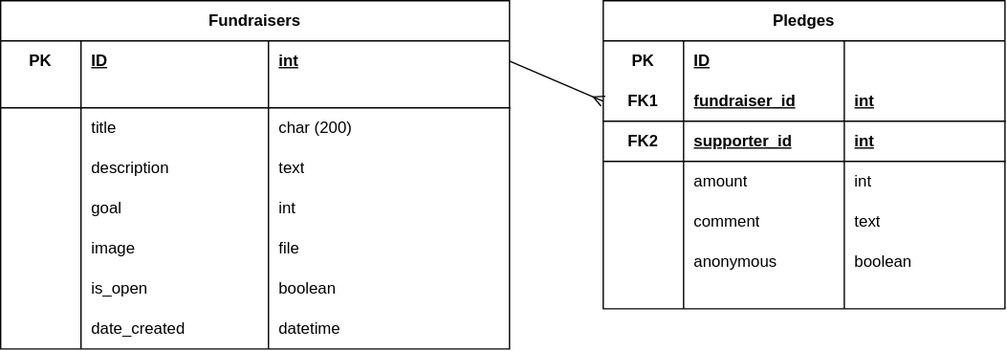
The draw.io diagram database.drawio.svg in stephanite9/crowdfunding_back_end, before a commit. Source tidied: cells renumbered, new cells last; positions are measured from the earlier drawing's top-left corner, leaving out a move shared by most shapes.
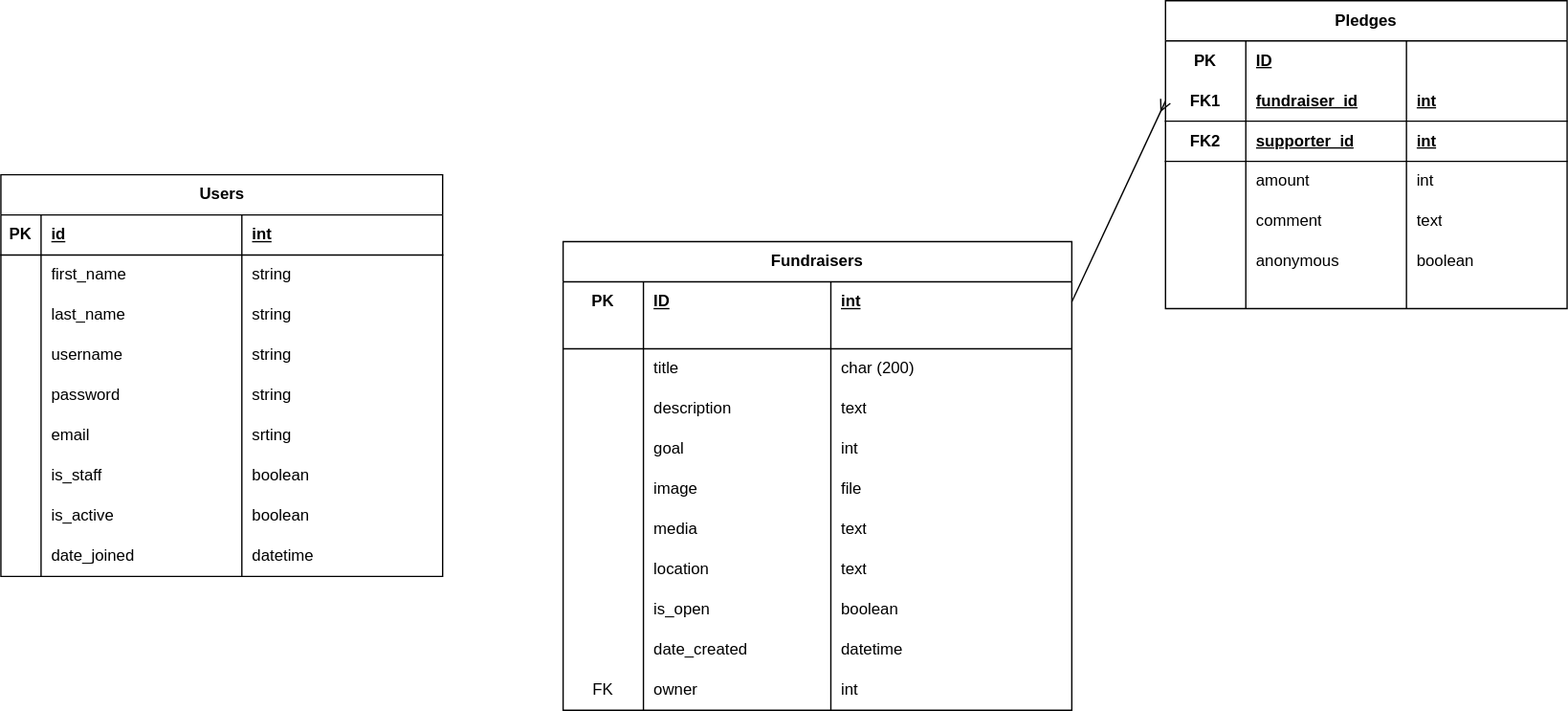
The same diagram one commit later.

Commit message:
Added location and media type fields in Fundraiser model

Diff of the diagram source:
```diff
@@ -3,7 +3,7 @@
     <mxCell id="0" />
     <mxCell id="1" parent="0" />
     <mxCell id="2" value="Fundraisers" style="shape=table;startSize=30;rowLines=0;fontStyle=1;align=center;html=1;whiteSpace=wrap;" parent="1" vertex="1">
-      <mxGeometry width="380" height="260" as="geometry" />
+      <mxGeometry width="380" height="350" as="geometry" />
     </mxCell>
     <mxCell id="3" style="shape=tableRow;horizontal=0;startSize=0;swimlaneHead=0;swimlaneBody=0;fillColor=none;points=[[0,0.5],[1,0.5]];portConstraint=eastwest;top=0;left=0;right=0;bottom=0;html=1;" parent="2" vertex="1">
       <mxGeometry y="30" width="380" height="30" as="geometry" />
@@ -77,8 +77,32 @@
     <mxCell id="26" value="file" style="shape=partialRectangle;fillColor=none;top=0;left=0;bottom=0;right=0;align=left;spacingLeft=6;overflow=hidden;html=1;whiteSpace=wrap;" parent="23" vertex="1">
       <mxGeometry x="200" width="180" height="30" as="geometry" />
     </mxCell>
+    <mxCell id="65" style="shape=tableRow;horizontal=0;startSize=0;swimlaneHead=0;swimlaneBody=0;fillColor=none;top=0;left=0;right=0;bottom=0;html=1;" parent="2" vertex="1">
+      <mxGeometry y="200" width="380" height="30" as="geometry" />
+    </mxCell>
+    <mxCell id="66" style="shape=partialRectangle;fillColor=none;top=0;left=0;bottom=0;right=0;overflow=hidden;html=1;whiteSpace=wrap;" parent="65" vertex="1">
+      <mxGeometry width="60" height="30" as="geometry" />
+    </mxCell>
+    <mxCell id="67" value="media" style="shape=partialRectangle;fillColor=none;top=0;left=0;bottom=0;right=0;align=left;spacingLeft=6;overflow=hidden;html=1;whiteSpace=wrap;" parent="65" vertex="1">
+      <mxGeometry x="60" width="140" height="30" as="geometry" />
+    </mxCell>
+    <mxCell id="68" value="text" style="shape=partialRectangle;fillColor=none;top=0;left=0;bottom=0;right=0;align=left;spacingLeft=6;overflow=hidden;html=1;whiteSpace=wrap;" parent="65" vertex="1">
+      <mxGeometry x="200" width="180" height="30" as="geometry" />
+    </mxCell>
+    <mxCell id="69" style="shape=tableRow;horizontal=0;startSize=0;swimlaneHead=0;swimlaneBody=0;fillColor=none;top=0;left=0;right=0;bottom=0;html=1;" parent="2" vertex="1">
+      <mxGeometry y="230" width="380" height="30" as="geometry" />
+    </mxCell>
+    <mxCell id="70" style="shape=partialRectangle;fillColor=none;top=0;left=0;bottom=0;right=0;overflow=hidden;html=1;whiteSpace=wrap;" parent="69" vertex="1">
+      <mxGeometry width="60" height="30" as="geometry" />
+    </mxCell>
+    <mxCell id="71" value="location" style="shape=partialRectangle;fillColor=none;top=0;left=0;bottom=0;right=0;align=left;spacingLeft=6;overflow=hidden;html=1;whiteSpace=wrap;" parent="69" vertex="1">
+      <mxGeometry x="60" width="140" height="30" as="geometry" />
+    </mxCell>
+    <mxCell id="72" value="text" style="shape=partialRectangle;fillColor=none;top=0;left=0;bottom=0;right=0;align=left;spacingLeft=6;overflow=hidden;html=1;whiteSpace=wrap;" parent="69" vertex="1">
+      <mxGeometry x="200" width="180" height="30" as="geometry" />
+    </mxCell>
     <mxCell id="27" style="shape=tableRow;horizontal=0;startSize=0;swimlaneHead=0;swimlaneBody=0;fillColor=none;top=0;left=0;right=0;bottom=0;html=1;" parent="2" vertex="1">
-      <mxGeometry y="200" width="380" height="30" as="geometry" />
+      <mxGeometry y="260" width="380" height="30" as="geometry" />
     </mxCell>
     <mxCell id="28" style="shape=partialRectangle;fillColor=none;top=0;left=0;bottom=0;right=0;overflow=hidden;html=1;whiteSpace=wrap;" parent="27" vertex="1">
       <mxGeometry width="60" height="30" as="geometry" />
@@ -90,7 +114,7 @@
       <mxGeometry x="200" width="180" height="30" as="geometry" />
     </mxCell>
     <mxCell id="31" style="shape=tableRow;horizontal=0;startSize=0;swimlaneHead=0;swimlaneBody=0;fillColor=none;top=0;left=0;right=0;bottom=0;html=1;" parent="2" vertex="1">
-      <mxGeometry y="230" width="380" height="30" as="geometry" />
+      <mxGeometry y="290" width="380" height="30" as="geometry" />
     </mxCell>
     <mxCell id="32" style="shape=partialRectangle;fillColor=none;top=0;left=0;bottom=0;right=0;overflow=hidden;html=1;whiteSpace=wrap;" parent="31" vertex="1">
       <mxGeometry width="60" height="30" as="geometry" />
@@ -101,8 +125,20 @@
     <mxCell id="34" value="datetime" style="shape=partialRectangle;fillColor=none;top=0;left=0;bottom=0;right=0;align=left;spacingLeft=6;overflow=hidden;html=1;whiteSpace=wrap;" parent="31" vertex="1">
       <mxGeometry x="200" width="180" height="30" as="geometry" />
     </mxCell>
+    <mxCell id="73" style="shape=tableRow;horizontal=0;startSize=0;swimlaneHead=0;swimlaneBody=0;fillColor=none;top=0;left=0;right=0;bottom=0;html=1;" parent="2" vertex="1">
+      <mxGeometry y="320" width="380" height="30" as="geometry" />
+    </mxCell>
+    <mxCell id="74" value="FK" style="shape=partialRectangle;fillColor=none;top=0;left=0;bottom=0;right=0;overflow=hidden;html=1;whiteSpace=wrap;" parent="73" vertex="1">
+      <mxGeometry width="60" height="30" as="geometry" />
+    </mxCell>
+    <mxCell id="75" value="owner" style="shape=partialRectangle;fillColor=none;top=0;left=0;bottom=0;right=0;align=left;spacingLeft=6;overflow=hidden;html=1;whiteSpace=wrap;" parent="73" vertex="1">
+      <mxGeometry x="60" width="140" height="30" as="geometry" />
+    </mxCell>
+    <mxCell id="76" value="int" style="shape=partialRectangle;fillColor=none;top=0;left=0;bottom=0;right=0;align=left;spacingLeft=6;overflow=hidden;html=1;whiteSpace=wrap;" parent="73" vertex="1">
+      <mxGeometry x="200" width="180" height="30" as="geometry" />
+    </mxCell>
     <mxCell id="35" value="Pledges" style="shape=table;startSize=30;rowLines=0;fontStyle=1;align=center;html=1;whiteSpace=wrap;" parent="1" vertex="1">
-      <mxGeometry x="450" width="300" height="230" as="geometry" />
+      <mxGeometry x="450" y="-180" width="300" height="230" as="geometry" />
     </mxCell>
     <mxCell id="36" style="shape=tableRow;horizontal=0;startSize=0;swimlaneHead=0;swimlaneBody=0;fillColor=none;top=0;left=0;right=0;bottom=0;html=1;" parent="35" vertex="1">
       <mxGeometry y="30" width="300" height="30" as="geometry" />
@@ -191,5 +227,116 @@
     <mxCell id="64" style="edgeStyle=none;html=1;exitX=1;exitY=0.5;exitDx=0;exitDy=0;entryX=0;entryY=0.5;entryDx=0;entryDy=0;endArrow=ERmany;endFill=0;" parent="1" edge="1" source="3" target="40">
       <mxGeometry relative="1" as="geometry" />
     </mxCell>
+    <mxCell id="77" value="Users" style="shape=table;startSize=30;rowLines=0;fontStyle=1;align=center;html=1;" parent="1" vertex="1">
+      <mxGeometry x="-420" y="-50" width="330" height="300" as="geometry" />
+    </mxCell>
+    <mxCell id="78" style="shape=tableRow;horizontal=0;startSize=0;swimlaneHead=0;swimlaneBody=0;fillColor=none;top=0;left=0;right=0;bottom=1;" parent="77" vertex="1">
+      <mxGeometry y="30" width="330" height="30" as="geometry" />
+    </mxCell>
+    <mxCell id="79" value="PK" style="shape=partialRectangle;fillColor=none;top=0;left=0;bottom=0;right=0;fontStyle=1;overflow=hidden;whiteSpace=wrap;html=1;" parent="78" vertex="1">
+      <mxGeometry width="30" height="30" as="geometry" />
+    </mxCell>
+    <mxCell id="80" value="id" style="shape=partialRectangle;fillColor=none;top=0;left=0;bottom=0;right=0;align=left;spacingLeft=6;fontStyle=5;overflow=hidden;whiteSpace=wrap;html=1;" parent="78" vertex="1">
+      <mxGeometry x="30" width="150" height="30" as="geometry" />
+    </mxCell>
+    <mxCell id="81" value="int" style="shape=partialRectangle;fillColor=none;top=0;left=0;bottom=0;right=0;align=left;spacingLeft=6;fontStyle=5;overflow=hidden;whiteSpace=wrap;html=1;" parent="78" vertex="1">
+      <mxGeometry x="180" width="150" height="30" as="geometry" />
+    </mxCell>
+    <mxCell id="82" style="shape=tableRow;horizontal=0;startSize=0;swimlaneHead=0;swimlaneBody=0;fillColor=none;top=0;left=0;right=0;bottom=0;" parent="77" vertex="1">
+      <mxGeometry y="60" width="330" height="30" as="geometry" />
+    </mxCell>
+    <mxCell id="83" style="shape=partialRectangle;fillColor=none;top=0;left=0;bottom=0;right=0;overflow=hidden;whiteSpace=wrap;html=1;" parent="82" vertex="1">
+      <mxGeometry width="30" height="30" as="geometry" />
+    </mxCell>
+    <mxCell id="84" value="first_name" style="shape=partialRectangle;fillColor=none;top=0;left=0;bottom=0;right=0;align=left;spacingLeft=6;overflow=hidden;whiteSpace=wrap;html=1;" parent="82" vertex="1">
+      <mxGeometry x="30" width="150" height="30" as="geometry" />
+    </mxCell>
+    <mxCell id="85" value="string" style="shape=partialRectangle;fillColor=none;top=0;left=0;bottom=0;right=0;align=left;spacingLeft=6;overflow=hidden;whiteSpace=wrap;html=1;" parent="82" vertex="1">
+      <mxGeometry x="180" width="150" height="30" as="geometry" />
+    </mxCell>
+    <mxCell id="86" style="shape=tableRow;horizontal=0;startSize=0;swimlaneHead=0;swimlaneBody=0;fillColor=none;top=0;left=0;right=0;bottom=0;" parent="77" vertex="1">
+      <mxGeometry y="90" width="330" height="30" as="geometry" />
+    </mxCell>
+    <mxCell id="87" style="shape=partialRectangle;fillColor=none;top=0;left=0;bottom=0;right=0;overflow=hidden;whiteSpace=wrap;html=1;" parent="86" vertex="1">
+      <mxGeometry width="30" height="30" as="geometry" />
+    </mxCell>
+    <mxCell id="88" value="last_name" style="shape=partialRectangle;fillColor=none;top=0;left=0;bottom=0;right=0;align=left;spacingLeft=6;overflow=hidden;whiteSpace=wrap;html=1;" parent="86" vertex="1">
+      <mxGeometry x="30" width="150" height="30" as="geometry" />
+    </mxCell>
+    <mxCell id="89" value="string" style="shape=partialRectangle;fillColor=none;top=0;left=0;bottom=0;right=0;align=left;spacingLeft=6;overflow=hidden;whiteSpace=wrap;html=1;" parent="86" vertex="1">
+      <mxGeometry x="180" width="150" height="30" as="geometry" />
+    </mxCell>
+    <mxCell id="90" style="shape=tableRow;horizontal=0;startSize=0;swimlaneHead=0;swimlaneBody=0;fillColor=none;top=0;left=0;right=0;bottom=0;" parent="77" vertex="1">
+      <mxGeometry y="120" width="330" height="30" as="geometry" />
+    </mxCell>
+    <mxCell id="91" style="shape=partialRectangle;fillColor=none;top=0;left=0;bottom=0;right=0;overflow=hidden;whiteSpace=wrap;html=1;" parent="90" vertex="1">
+      <mxGeometry width="30" height="30" as="geometry" />
+    </mxCell>
+    <mxCell id="92" value="username" style="shape=partialRectangle;fillColor=none;top=0;left=0;bottom=0;right=0;align=left;spacingLeft=6;overflow=hidden;whiteSpace=wrap;html=1;" parent="90" vertex="1">
+      <mxGeometry x="30" width="150" height="30" as="geometry" />
+    </mxCell>
+    <mxCell id="93" value="string" style="shape=partialRectangle;fillColor=none;top=0;left=0;bottom=0;right=0;align=left;spacingLeft=6;overflow=hidden;whiteSpace=wrap;html=1;" parent="90" vertex="1">
+      <mxGeometry x="180" width="150" height="30" as="geometry" />
+    </mxCell>
+    <mxCell id="94" style="shape=tableRow;horizontal=0;startSize=0;swimlaneHead=0;swimlaneBody=0;fillColor=none;top=0;left=0;right=0;bottom=0;" parent="77" vertex="1">
+      <mxGeometry y="150" width="330" height="30" as="geometry" />
+    </mxCell>
+    <mxCell id="95" style="shape=partialRectangle;fillColor=none;top=0;left=0;bottom=0;right=0;overflow=hidden;whiteSpace=wrap;html=1;" parent="94" vertex="1">
+      <mxGeometry width="30" height="30" as="geometry" />
+    </mxCell>
+    <mxCell id="96" value="password" style="shape=partialRectangle;fillColor=none;top=0;left=0;bottom=0;right=0;align=left;spacingLeft=6;overflow=hidden;whiteSpace=wrap;html=1;" parent="94" vertex="1">
+      <mxGeometry x="30" width="150" height="30" as="geometry" />
+    </mxCell>
+    <mxCell id="97" value="string" style="shape=partialRectangle;fillColor=none;top=0;left=0;bottom=0;right=0;align=left;spacingLeft=6;overflow=hidden;whiteSpace=wrap;html=1;" parent="94" vertex="1">
+      <mxGeometry x="180" width="150" height="30" as="geometry" />
+    </mxCell>
+    <mxCell id="98" style="shape=tableRow;horizontal=0;startSize=0;swimlaneHead=0;swimlaneBody=0;fillColor=none;top=0;left=0;right=0;bottom=0;" parent="77" vertex="1">
+      <mxGeometry y="180" width="330" height="30" as="geometry" />
+    </mxCell>
+    <mxCell id="99" style="shape=partialRectangle;fillColor=none;top=0;left=0;bottom=0;right=0;overflow=hidden;whiteSpace=wrap;html=1;" parent="98" vertex="1">
+      <mxGeometry width="30" height="30" as="geometry" />
+    </mxCell>
+    <mxCell id="100" value="email" style="shape=partialRectangle;fillColor=none;top=0;left=0;bottom=0;right=0;align=left;spacingLeft=6;overflow=hidden;whiteSpace=wrap;html=1;" parent="98" vertex="1">
+      <mxGeometry x="30" width="150" height="30" as="geometry" />
+    </mxCell>
+    <mxCell id="101" value="srting" style="shape=partialRectangle;fillColor=none;top=0;left=0;bottom=0;right=0;align=left;spacingLeft=6;overflow=hidden;whiteSpace=wrap;html=1;" parent="98" vertex="1">
+      <mxGeometry x="180" width="150" height="30" as="geometry" />
+    </mxCell>
+    <mxCell id="102" style="shape=tableRow;horizontal=0;startSize=0;swimlaneHead=0;swimlaneBody=0;fillColor=none;top=0;left=0;right=0;bottom=0;" parent="77" vertex="1">
+      <mxGeometry y="210" width="330" height="30" as="geometry" />
+    </mxCell>
+    <mxCell id="103" style="shape=partialRectangle;fillColor=none;top=0;left=0;bottom=0;right=0;overflow=hidden;whiteSpace=wrap;html=1;" parent="102" vertex="1">
+      <mxGeometry width="30" height="30" as="geometry" />
+    </mxCell>
+    <mxCell id="104" value="is_staff" style="shape=partialRectangle;fillColor=none;top=0;left=0;bottom=0;right=0;align=left;spacingLeft=6;overflow=hidden;whiteSpace=wrap;html=1;" parent="102" vertex="1">
+      <mxGeometry x="30" width="150" height="30" as="geometry" />
+    </mxCell>
+    <mxCell id="105" value="boolean" style="shape=partialRectangle;fillColor=none;top=0;left=0;bottom=0;right=0;align=left;spacingLeft=6;overflow=hidden;whiteSpace=wrap;html=1;" parent="102" vertex="1">
+      <mxGeometry x="180" width="150" height="30" as="geometry" />
+    </mxCell>
+    <mxCell id="106" style="shape=tableRow;horizontal=0;startSize=0;swimlaneHead=0;swimlaneBody=0;fillColor=none;top=0;left=0;right=0;bottom=0;" parent="77" vertex="1">
+      <mxGeometry y="240" width="330" height="30" as="geometry" />
+    </mxCell>
+    <mxCell id="107" style="shape=partialRectangle;fillColor=none;top=0;left=0;bottom=0;right=0;overflow=hidden;whiteSpace=wrap;html=1;" parent="106" vertex="1">
+      <mxGeometry width="30" height="30" as="geometry" />
+    </mxCell>
+    <mxCell id="108" value="is_active" style="shape=partialRectangle;fillColor=none;top=0;left=0;bottom=0;right=0;align=left;spacingLeft=6;overflow=hidden;whiteSpace=wrap;html=1;" parent="106" vertex="1">
+      <mxGeometry x="30" width="150" height="30" as="geometry" />
+    </mxCell>
+    <mxCell id="109" value="boolean" style="shape=partialRectangle;fillColor=none;top=0;left=0;bottom=0;right=0;align=left;spacingLeft=6;overflow=hidden;whiteSpace=wrap;html=1;" parent="106" vertex="1">
+      <mxGeometry x="180" width="150" height="30" as="geometry" />
+    </mxCell>
+    <mxCell id="110" style="shape=tableRow;horizontal=0;startSize=0;swimlaneHead=0;swimlaneBody=0;fillColor=none;top=0;left=0;right=0;bottom=0;" parent="77" vertex="1">
+      <mxGeometry y="270" width="330" height="30" as="geometry" />
+    </mxCell>
+    <mxCell id="111" style="shape=partialRectangle;fillColor=none;top=0;left=0;bottom=0;right=0;overflow=hidden;whiteSpace=wrap;html=1;" parent="110" vertex="1">
+      <mxGeometry width="30" height="30" as="geometry" />
+    </mxCell>
+    <mxCell id="112" value="date_joined" style="shape=partialRectangle;fillColor=none;top=0;left=0;bottom=0;right=0;align=left;spacingLeft=6;overflow=hidden;whiteSpace=wrap;html=1;" parent="110" vertex="1">
+      <mxGeometry x="30" width="150" height="30" as="geometry" />
+    </mxCell>
+    <mxCell id="113" value="datetime" style="shape=partialRectangle;fillColor=none;top=0;left=0;bottom=0;right=0;align=left;spacingLeft=6;overflow=hidden;whiteSpace=wrap;html=1;" parent="110" vertex="1">
+      <mxGeometry x="180" width="150" height="30" as="geometry" />
+    </mxCell>
   </root>
 </mxGraphModel>
```
